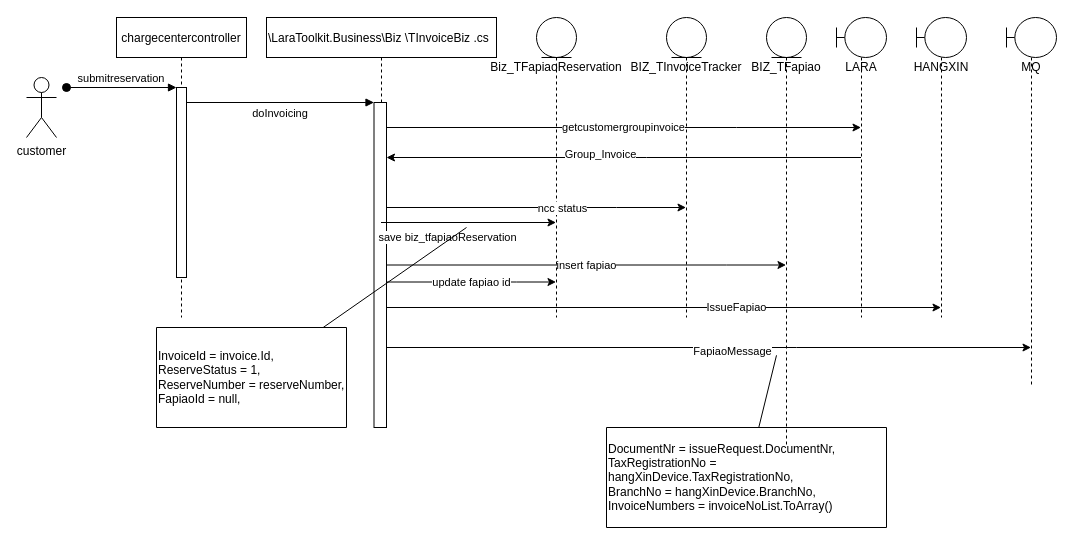
yi2003/diagram keeps this draw.io diagram as customer_reservation.drawio. Above is the earlier version. Source tidied: cells renumbered, new cells numbered last; positions are measured from the earlier drawing's top-left corner, leaving out a move shared by most shapes. Both pictures are drawn from the tidied source at 100%, with x=0, y=0 at pixel (26, 17).
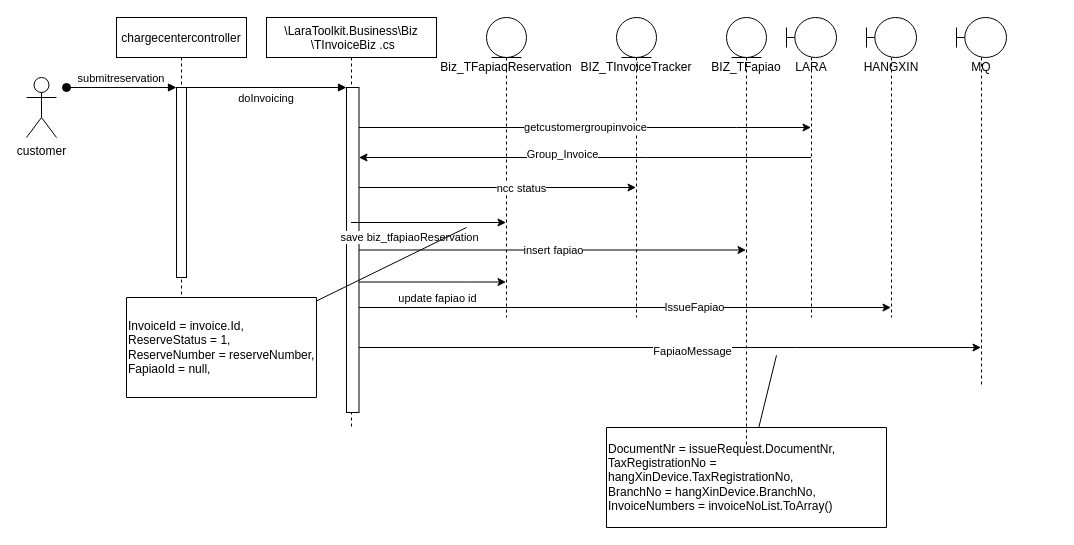
The same diagram, later.

The edit, as a diff of the source:
```diff
@@
-    <mxCell id="5" value="\LaraToolkit.Business\Biz \TInvoiceBiz .cs" style="shape=umlLifeline;perimeter=lifelinePerimeter;rounded=0;shadow=0;strokeWidth=1;align=left;" parent="1" vertex="1">
-      <mxGeometry x="240" width="230" height="410" as="geometry" />
+    <mxCell id="5" value="\LaraToolkit.Business\Biz&#10; \TInvoiceBiz .cs" style="shape=umlLifeline;perimeter=lifelinePerimeter;rounded=0;shadow=0;strokeWidth=1;align=center;" parent="1" vertex="1">
+      <mxGeometry x="240" width="170" height="410" as="geometry" />
     </mxCell>
     <mxCell id="6" style="points=[];perimeter=orthogonalPerimeter;rounded=0;shadow=0;strokeWidth=1;" parent="5" vertex="1">
-      <mxGeometry x="107.5" y="85" width="12.5" height="325" as="geometry" />
+      <mxGeometry x="80" y="70" width="12.5" height="325" as="geometry" />
     </mxCell>
+    <mxCell id="30" value="update fapiao id" style="edgeStyle=orthogonalEdgeStyle;rounded=0;jettySize=auto;html=1;" parent="5" edge="1" target="9">
+      <mxGeometry x="0.06" y="-15" relative="1" as="geometry">
+        <mxPoint x="92.5" y="264.5" as="sourcePoint" />
+        <Array as="points">
+          <mxPoint x="200" y="265" />
+          <mxPoint x="200" y="265" />
+        </Array>
+        <mxPoint y="1" as="offset" />
+      </mxGeometry>
+    </mxCell>
@@
     <mxCell id="9" value="Biz_TFapiaoReservation" style="shape=umlLifeline;participant=umlEntity;perimeter=lifelinePerimeter;whiteSpace=wrap;html=1;verticalAlign=top;spacingTop=36;outlineConnect=0;" parent="1" vertex="1">
-      <mxGeometry x="510" width="40" height="300" as="geometry" />
+      <mxGeometry x="460" width="40" height="300" as="geometry" />
     </mxCell>
@@
     <mxCell id="12" value="LARA" style="shape=umlLifeline;participant=umlBoundary;perimeter=lifelinePerimeter;whiteSpace=wrap;html=1;verticalAlign=top;spacingTop=36;outlineConnect=0;" parent="1" vertex="1">
-      <mxGeometry x="810" width="50" height="300" as="geometry" />
+      <mxGeometry x="760" width="50" height="300" as="geometry" />
     </mxCell>
     <mxCell id="13" value="HANGXIN" style="shape=umlLifeline;participant=umlBoundary;perimeter=lifelinePerimeter;whiteSpace=wrap;html=1;verticalAlign=top;spacingTop=36;outlineConnect=0;" parent="1" vertex="1">
-      <mxGeometry x="890" width="50" height="300" as="geometry" />
+      <mxGeometry x="840" width="50" height="300" as="geometry" />
     </mxCell>
     <mxCell id="14" value="MQ" style="shape=umlLifeline;participant=umlBoundary;perimeter=lifelinePerimeter;whiteSpace=wrap;html=1;verticalAlign=top;spacingTop=36;outlineConnect=0;" parent="1" vertex="1">
-      <mxGeometry x="980" width="50" height="370" as="geometry" />
+      <mxGeometry x="930" width="50" height="370" as="geometry" />
     </mxCell>
     <mxCell id="15" value="BIZ_TInvoiceTracker" style="shape=umlLifeline;participant=umlEntity;perimeter=lifelinePerimeter;whiteSpace=wrap;html=1;verticalAlign=top;spacingTop=36;outlineConnect=0;" parent="1" vertex="1">
-      <mxGeometry x="640" width="40" height="300" as="geometry" />
+      <mxGeometry x="590" width="40" height="300" as="geometry" />
     </mxCell>
@@
     <mxCell id="17" style="edgeStyle=orthogonalEdgeStyle;rounded=0;jettySize=auto;html=1;" parent="1" edge="1" source="6" target="15">
       <mxGeometry relative="1" as="geometry">
         <Array as="points">
-          <mxPoint x="590" y="190" />
-          <mxPoint x="590" y="190" />
+          <mxPoint x="470" y="170" />
+          <mxPoint x="470" y="170" />
         </Array>
       </mxGeometry>
     </mxCell>
@@
     <mxCell id="27" value="BIZ_TFapiao" style="shape=umlLifeline;participant=umlEntity;perimeter=lifelinePerimeter;whiteSpace=wrap;html=1;verticalAlign=top;spacingTop=36;outlineConnect=0;" parent="1" vertex="1">
-      <mxGeometry x="740" width="40" height="430" as="geometry" />
+      <mxGeometry x="700" width="40" height="430" as="geometry" />
     </mxCell>
@@
     <mxCell id="29" value="&lt;div&gt;InvoiceId = invoice.Id,&lt;/div&gt;&lt;div&gt;ReserveStatus = 1,&lt;/div&gt;&lt;div&gt;ReserveNumber = reserveNumber,&lt;/div&gt;&lt;div&gt;FapiaoId = null,&lt;/div&gt;" style="shape=note;size=0;whiteSpace=wrap;html=1;align=left;" parent="1" vertex="1">
-      <mxGeometry x="130" y="310" width="190" height="100" as="geometry" />
+      <mxGeometry x="100" y="280" width="190" height="100" as="geometry" />
     </mxCell>
-    <mxCell id="30" value="update fapiao id" style="edgeStyle=orthogonalEdgeStyle;rounded=0;orthogonalLoop=1;jettySize=auto;html=1;" parent="1" edge="1">
-      <mxGeometry relative="1" as="geometry">
-        <mxPoint x="360" y="264.5" as="sourcePoint" />
-        <mxPoint x="529.5" y="264.5" as="targetPoint" />
-        <Array as="points">
-          <mxPoint x="490" y="265" />
-          <mxPoint x="490" y="265" />
-        </Array>
-      </mxGeometry>
-    </mxCell>
```
